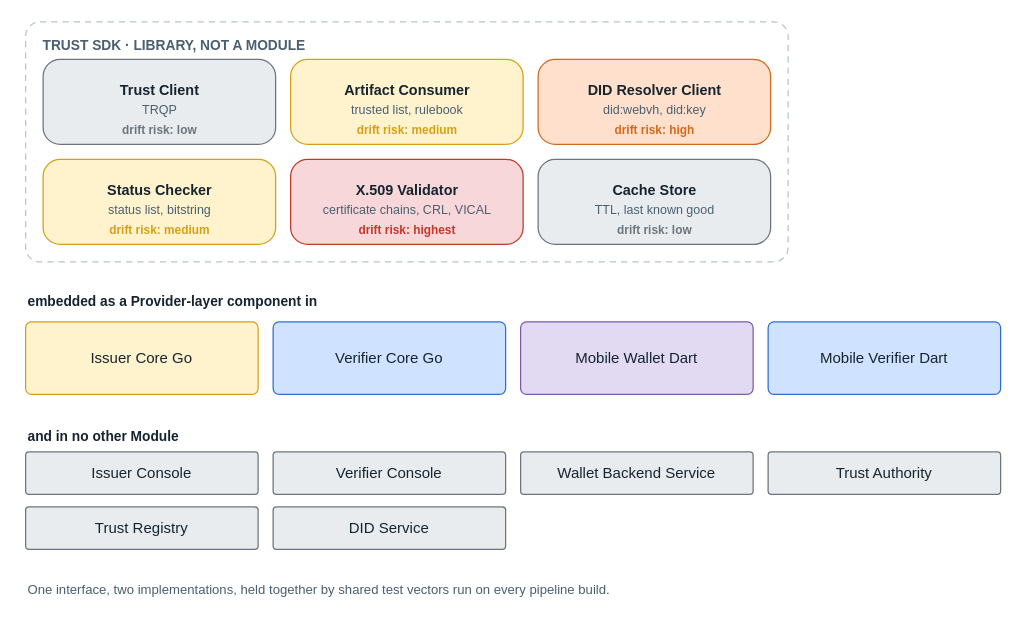
Above: images/architecture-framework/software-architecture/trust-sdk.drawio in id-verifiable-credential-dev/id-doc-idctf (draw.io), before the change. Source tidied: cells renumbered, new cells numbered last; positions are measured from the earlier drawing's top-left corner, leaving out a move shared by most shapes. Both pictures are drawn from the tidied source at 125%, with x=0, y=0 at pixel (21, 21).
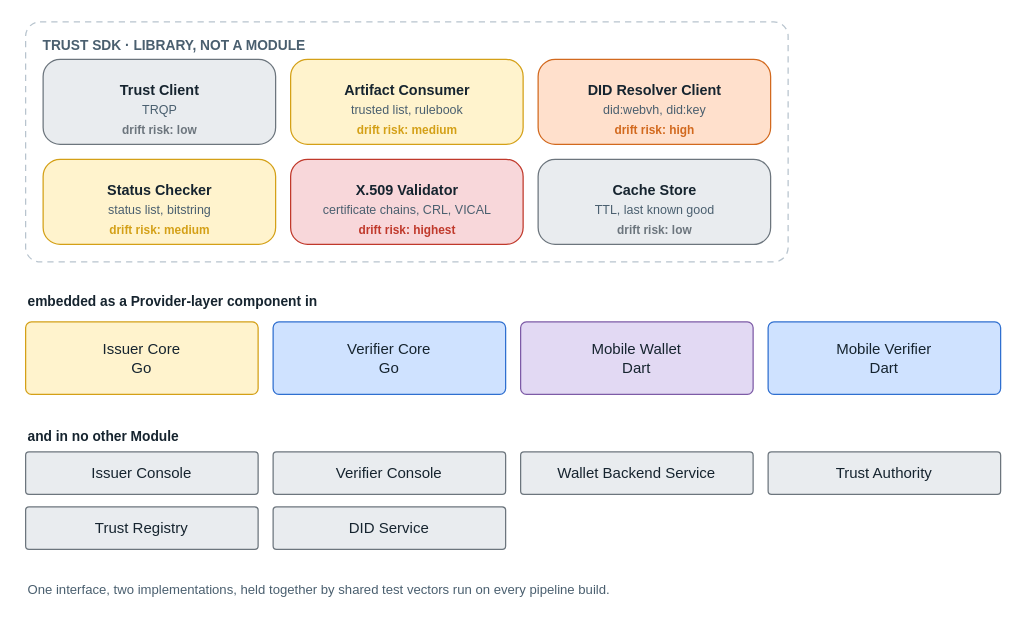
After the change.

Change to the diagram source:
```diff
@@
-    <mxCell id="28" value="Issuer Core Go" style="rounded=1;arcSize=8;fillColor=#fff3cd;strokeColor=#d4a017;fontSize=12;fontColor=#16242f;html=1;whiteSpace=wrap;verticalAlign=middle;" parent="1" vertex="1">
+    <mxCell id="28" value="Issuer Core&lt;br&gt;Go" style="rounded=1;arcSize=8;fillColor=#fff3cd;strokeColor=#d4a017;fontSize=12;fontColor=#16242f;html=1;whiteSpace=wrap;verticalAlign=middle;" parent="1" vertex="1">
       <mxGeometry x="3" y="240" width="186" height="58" as="geometry" />
     </mxCell>
-    <mxCell id="29" value="Verifier Core Go" style="rounded=1;arcSize=8;fillColor=#cfe2ff;strokeColor=#2f6fd0;fontSize=12;fontColor=#16242f;html=1;whiteSpace=wrap;verticalAlign=middle;" parent="1" vertex="1">
+    <mxCell id="29" value="Verifier Core&lt;br&gt;Go" style="rounded=1;arcSize=8;fillColor=#cfe2ff;strokeColor=#2f6fd0;fontSize=12;fontColor=#16242f;html=1;whiteSpace=wrap;verticalAlign=middle;" parent="1" vertex="1">
       <mxGeometry x="201" y="240" width="186" height="58" as="geometry" />
     </mxCell>
-    <mxCell id="30" value="Mobile Wallet Dart" style="rounded=1;arcSize=8;fillColor=#e2d9f3;strokeColor=#7d5ba6;fontSize=12;fontColor=#16242f;html=1;whiteSpace=wrap;verticalAlign=middle;" parent="1" vertex="1">
+    <mxCell id="30" value="Mobile Wallet&lt;br&gt;Dart" style="rounded=1;arcSize=8;fillColor=#e2d9f3;strokeColor=#7d5ba6;fontSize=12;fontColor=#16242f;html=1;whiteSpace=wrap;verticalAlign=middle;" parent="1" vertex="1">
       <mxGeometry x="399" y="240" width="186" height="58" as="geometry" />
     </mxCell>
-    <mxCell id="31" value="Mobile Verifier Dart" style="rounded=1;arcSize=8;fillColor=#cfe2ff;strokeColor=#2f6fd0;fontSize=12;fontColor=#16242f;html=1;whiteSpace=wrap;verticalAlign=middle;" parent="1" vertex="1">
+    <mxCell id="31" value="Mobile Verifier&lt;br&gt;Dart" style="rounded=1;arcSize=8;fillColor=#cfe2ff;strokeColor=#2f6fd0;fontSize=12;fontColor=#16242f;html=1;whiteSpace=wrap;verticalAlign=middle;" parent="1" vertex="1">
       <mxGeometry x="597" y="240" width="186" height="58" as="geometry" />
     </mxCell>
```
